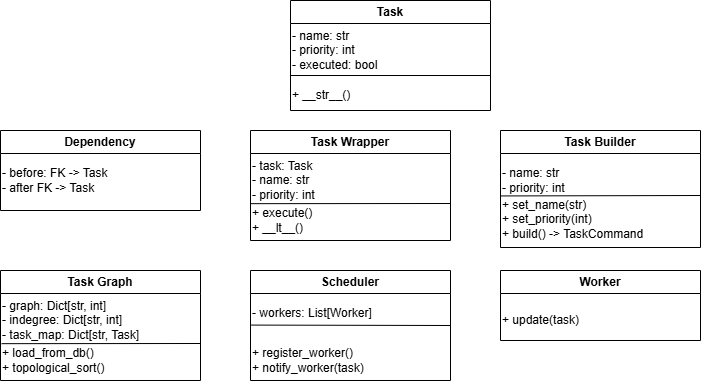
Above: TaskScheduler/TaskSchedulerUML.drawio.png in ashu7mishra/Django (draw.io), before the change. Source tidied: cells renumbered, new cells last; positions are measured from the earlier drawing's top-left corner, leaving out a move shared by most shapes.
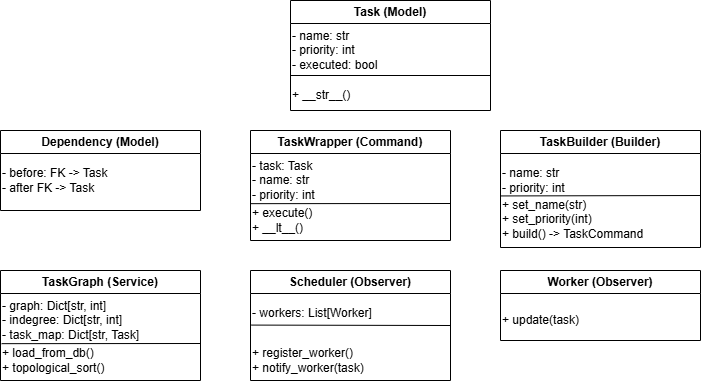
Later version of the same file.

Commit message:
Class diagram complete

What changed in the source:
```diff
@@ -2,7 +2,7 @@
   <root>
     <mxCell id="0" />
     <mxCell id="1" parent="0" />
-    <mxCell id="2" value="Task" style="swimlane;whiteSpace=wrap;html=1;" parent="1" vertex="1">
+    <mxCell id="2" value="Task (Model)" style="swimlane;whiteSpace=wrap;html=1;" parent="1" vertex="1">
       <mxGeometry x="290" width="200" height="110" as="geometry" />
     </mxCell>
     <mxCell id="3" value="- name: str&lt;div&gt;- priority: int&lt;/div&gt;&lt;div&gt;- executed: bool&lt;/div&gt;" style="text;html=1;align=left;verticalAlign=middle;strokeColor=none;fillColor=none;" parent="2" vertex="1">
@@ -17,7 +17,7 @@
     <mxCell id="5" value="+ __str__()" style="text;html=1;align=left;verticalAlign=middle;strokeColor=none;fillColor=none;" parent="2" vertex="1">
       <mxGeometry y="80" width="80" height="30" as="geometry" />
     </mxCell>
-    <mxCell id="6" value="Dependency" style="swimlane;whiteSpace=wrap;html=1;" parent="1" vertex="1">
+    <mxCell id="6" value="Dependency&amp;nbsp;(Model)" style="swimlane;whiteSpace=wrap;html=1;" parent="1" vertex="1">
       <mxGeometry y="130" width="200" height="80" as="geometry" />
     </mxCell>
     <mxCell id="7" value="- before: FK -&amp;gt; Task&lt;div&gt;- after FK -&amp;gt; Task&lt;/div&gt;" style="text;html=1;align=left;verticalAlign=middle;strokeColor=none;fillColor=none;" parent="6" vertex="1">
@@ -26,7 +26,7 @@
     <mxCell id="8" style="group;" parent="1" vertex="1">
       <mxGeometry x="250" y="130" width="200" height="110" as="geometry" />
     </mxCell>
-    <mxCell id="9" value="Task Wrapper" style="swimlane;whiteSpace=wrap;html=1;startSize=23;" parent="8" vertex="1">
+    <mxCell id="9" value="TaskWrapper (Command)" style="swimlane;whiteSpace=wrap;html=1;startSize=23;" parent="8" vertex="1">
       <mxGeometry width="200" height="110" as="geometry" />
     </mxCell>
     <mxCell id="10" value="- task: Task&lt;div&gt;- name: str&lt;/div&gt;&lt;div&gt;- priority: int&lt;/div&gt;" style="text;html=1;align=left;verticalAlign=middle;points=[];strokeColor=none;fillColor=none;" parent="9" vertex="1">
@@ -43,7 +43,7 @@
     <mxCell id="13" style="group;" parent="1" vertex="1">
       <mxGeometry x="500" y="130" width="200" height="117" as="geometry" />
     </mxCell>
-    <mxCell id="14" value="Task Builder" style="swimlane;whiteSpace=wrap;html=1;startSize=23;" parent="13" vertex="1">
+    <mxCell id="14" value="TaskBuilder (Builder)" style="swimlane;whiteSpace=wrap;html=1;startSize=23;" parent="13" vertex="1">
       <mxGeometry width="200" height="117" as="geometry" />
     </mxCell>
     <mxCell id="15" value="- name: str&lt;div&gt;- priority: int&lt;/div&gt;" style="text;html=1;align=left;verticalAlign=middle;points=[];strokeColor=none;fillColor=none;" parent="14" vertex="1">
@@ -60,7 +60,7 @@
     <mxCell id="18" style="group;" parent="1" vertex="1">
       <mxGeometry y="270" width="200" height="110" as="geometry" />
     </mxCell>
-    <mxCell id="19" value="Task Graph" style="swimlane;whiteSpace=wrap;html=1;startSize=23;" parent="18" vertex="1">
+    <mxCell id="19" value="TaskGraph (Service)" style="swimlane;whiteSpace=wrap;html=1;startSize=23;" parent="18" vertex="1">
       <mxGeometry width="200" height="110" as="geometry" />
     </mxCell>
     <mxCell id="20" value="- graph: Dict[str, int]&lt;div&gt;- indegree: Dict[str, int]&lt;/div&gt;&lt;div&gt;- task_map: Dict[str, Task]&lt;/div&gt;" style="text;html=1;align=left;verticalAlign=middle;points=[];strokeColor=none;fillColor=none;" parent="19" vertex="1">
@@ -77,7 +77,7 @@
     <mxCell id="23" style="group;" parent="1" vertex="1">
       <mxGeometry x="250" y="270" width="200" height="110" as="geometry" />
     </mxCell>
-    <mxCell id="24" value="Scheduler" style="swimlane;whiteSpace=wrap;html=1;startSize=23;" parent="23" vertex="1">
+    <mxCell id="24" value="Scheduler (Observer)" style="swimlane;whiteSpace=wrap;html=1;startSize=23;" parent="23" vertex="1">
       <mxGeometry width="200" height="110" as="geometry" />
     </mxCell>
     <mxCell id="25" value="- workers: List[Worker]" style="text;html=1;align=left;verticalAlign=middle;points=[];strokeColor=none;fillColor=none;" parent="24" vertex="1">
@@ -94,7 +94,7 @@
     <mxCell id="28" style="group;" parent="1" vertex="1">
       <mxGeometry x="500" y="270" width="200" height="110" as="geometry" />
     </mxCell>
-    <mxCell id="29" value="Worker" style="swimlane;whiteSpace=wrap;html=1;startSize=23;" parent="28" vertex="1">
+    <mxCell id="29" value="Worker&amp;nbsp;(Observer)" style="swimlane;whiteSpace=wrap;html=1;startSize=23;" parent="28" vertex="1">
       <mxGeometry width="200" height="70" as="geometry" />
     </mxCell>
     <mxCell id="30" value="+ update(task)" style="text;html=1;align=left;verticalAlign=middle;strokeColor=none;fillColor=none;" parent="29" vertex="1">
```
